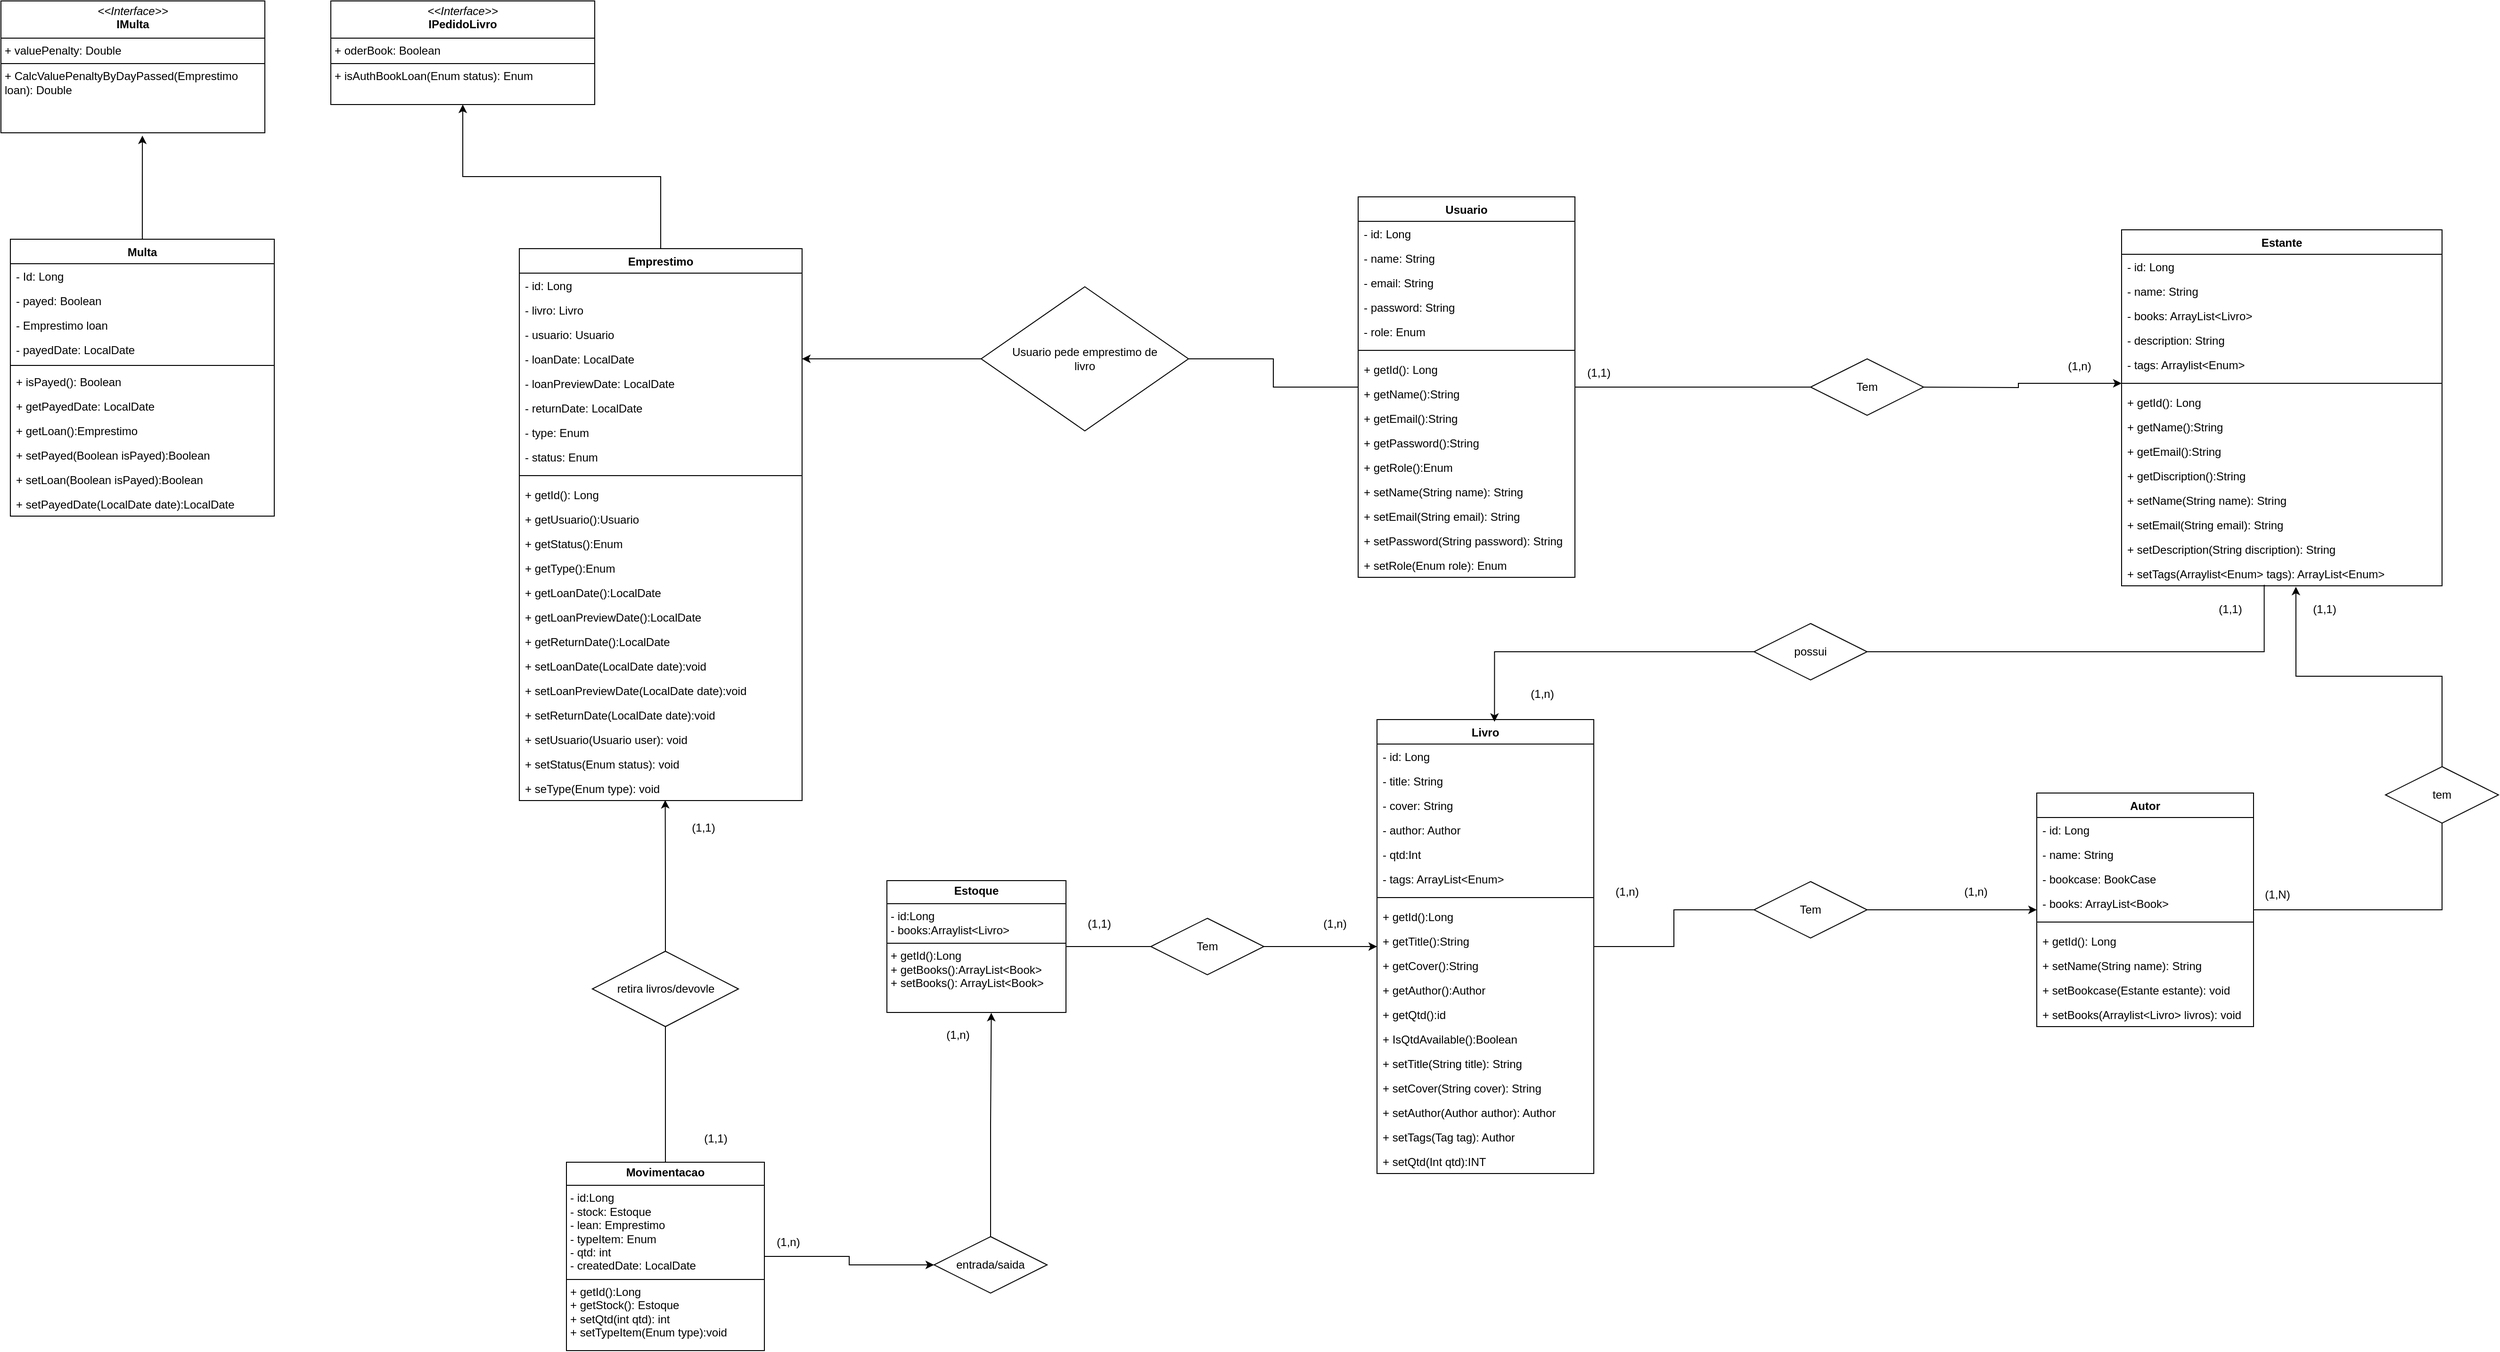
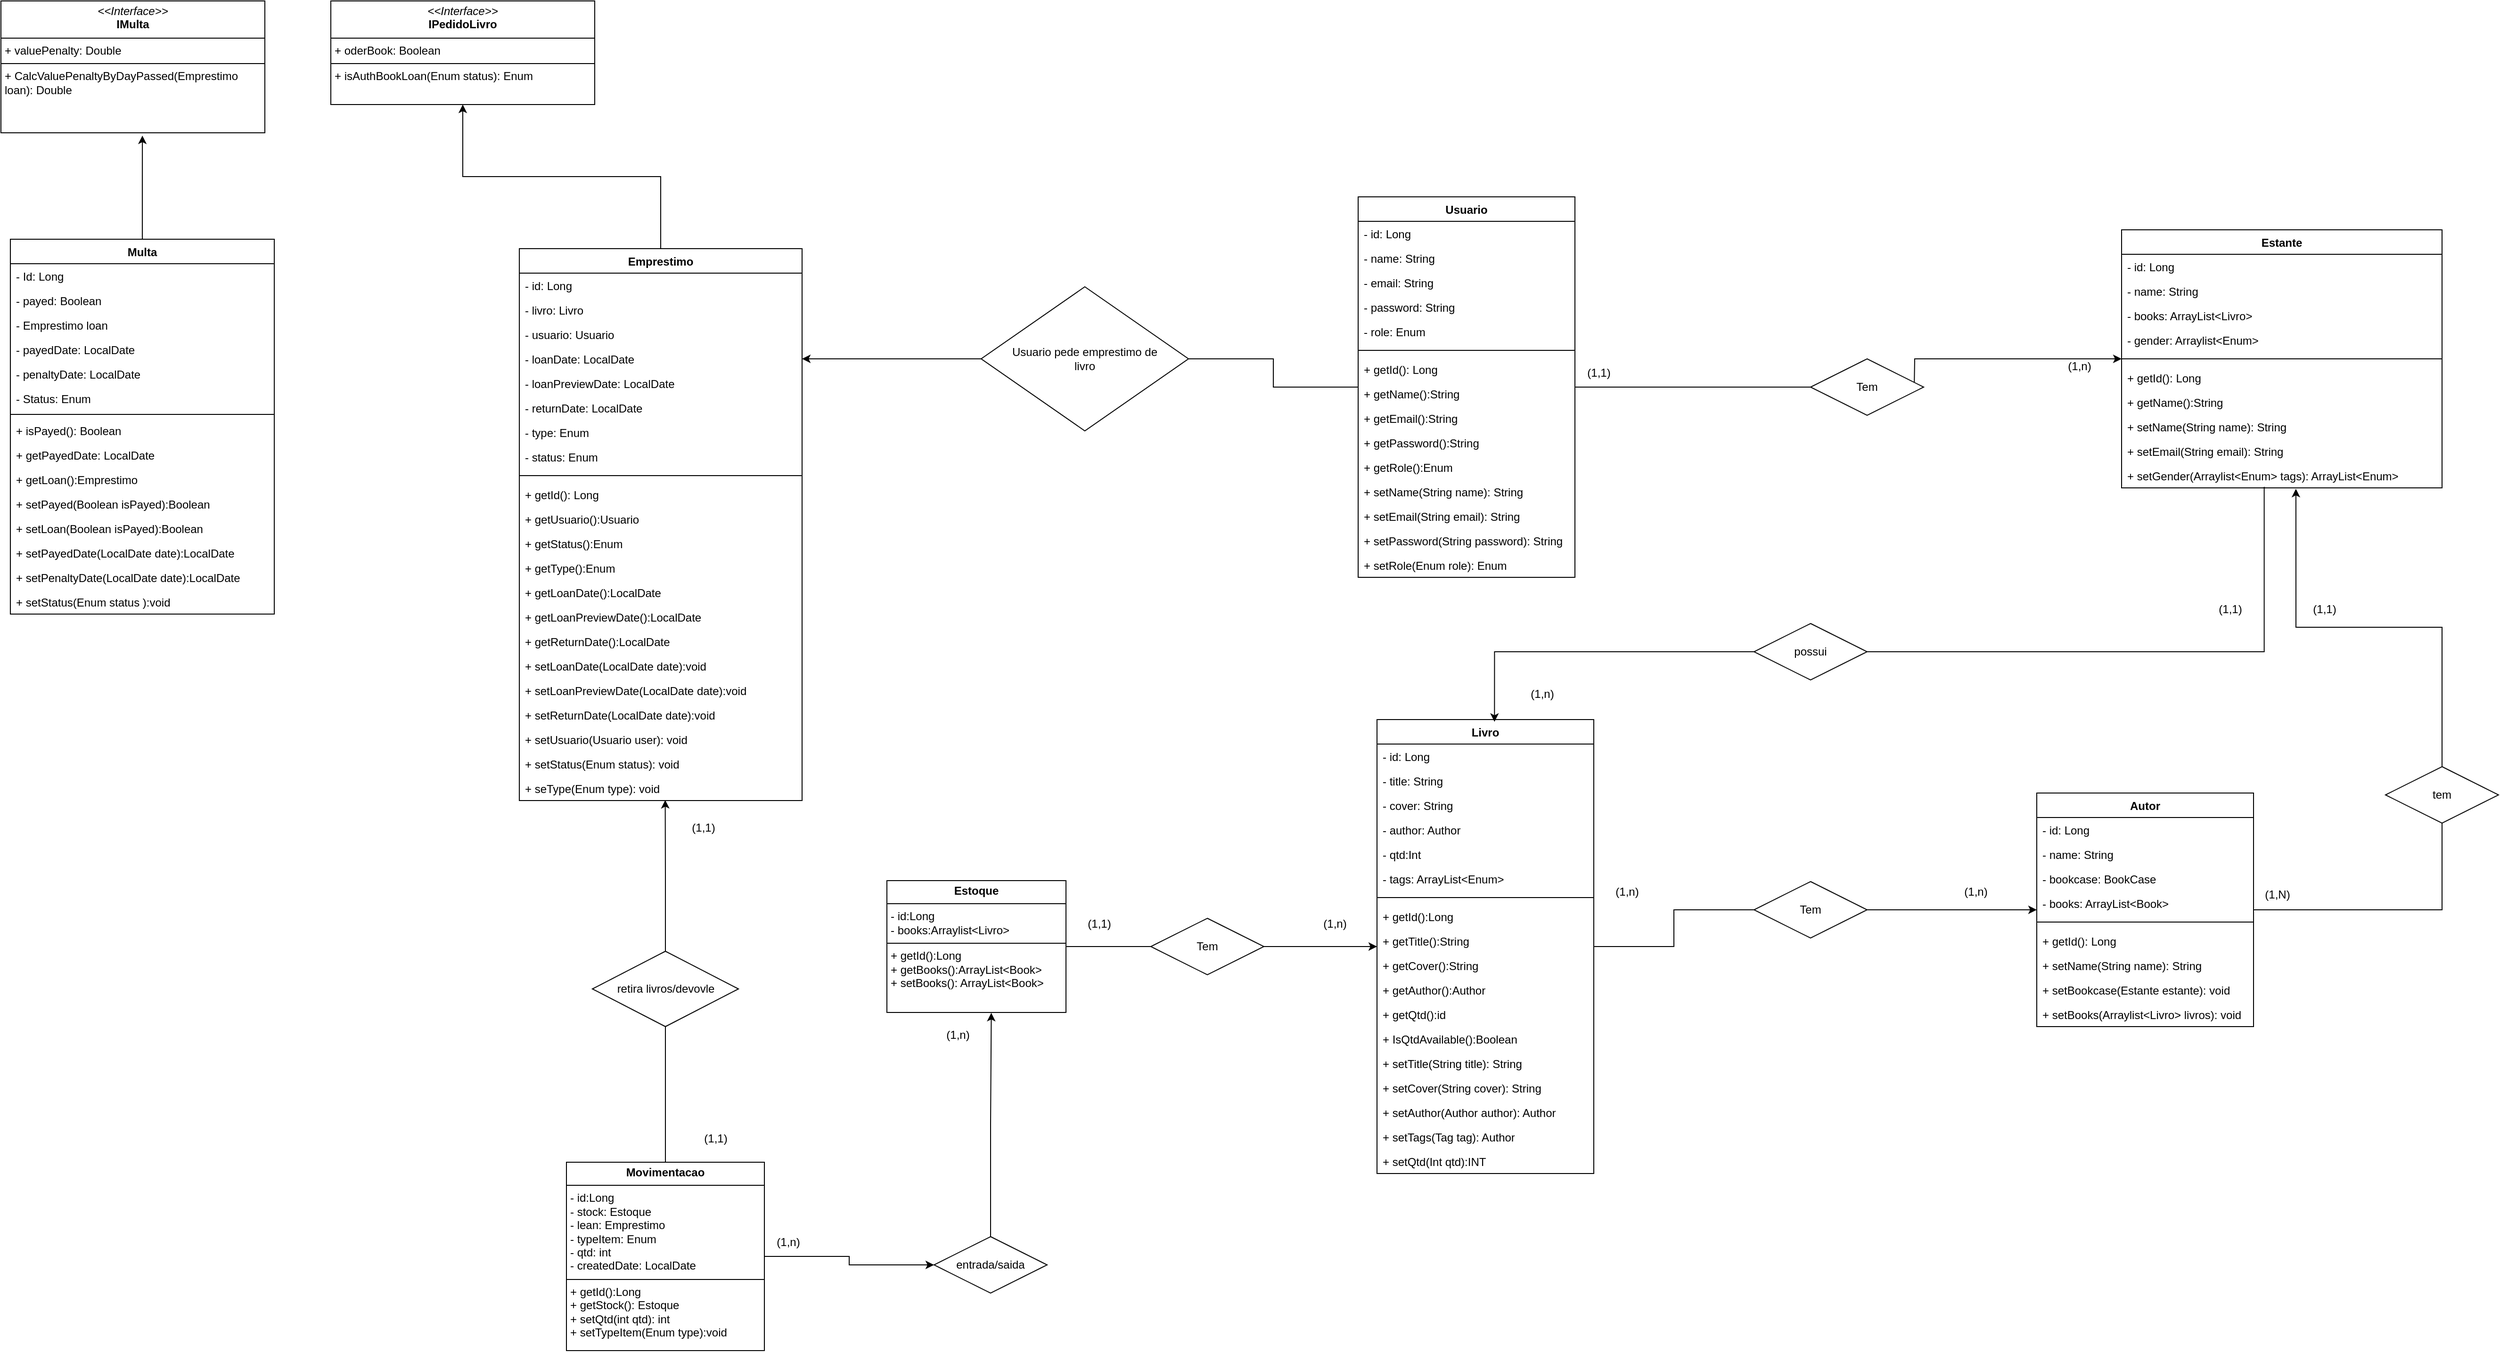
<mxfile host="Electron" agent="Mozilla/5.0 (Windows NT 10.0; Win64; x64) AppleWebKit/537.36 (KHTML, like Gecko) draw.io/29.6.6 Chrome/144.0.7559.236 Electron/40.8.4 Safari/537.36" version="29.6.6">
  <diagram name="Página-1" id="Kx7T9UcbU51RKCMPcttM">
-     <mxGraphModel dx="2757" dy="1075" grid="1" gridSize="10" guides="1" tooltips="1" connect="1" arrows="1" fold="1" page="1" pageScale="1" pageWidth="1169" pageHeight="827" math="0" shadow="0">
+     <mxGraphModel dx="2792" dy="1096" grid="1" gridSize="10" guides="1" tooltips="1" connect="1" arrows="1" fold="1" page="1" pageScale="1" pageWidth="1169" pageHeight="827" math="0" shadow="0">
      <root>
        <mxCell id="0" />
        <mxCell id="1" parent="0" />
        <mxCell id="uXCx0sb0L0lpM-7Oejf6-9" edge="1" parent="1" source="KmSjKLGz71K4W9qImJ2B-2" style="edgeStyle=orthogonalEdgeStyle;rounded=0;orthogonalLoop=1;jettySize=auto;html=1;endArrow=none;endFill=0;entryX=0;entryY=0.5;entryDx=0;entryDy=0;" target="VC9RXPg_d_1Dh3A2mj1C-4">
          <mxGeometry relative="1" as="geometry">
            <mxPoint x="640" y="-2.9999999999997726" as="targetPoint" />
          </mxGeometry>
        </mxCell>
        <mxCell id="VC9RXPg_d_1Dh3A2mj1C-3" edge="1" parent="1" source="KmSjKLGz71K4W9qImJ2B-2" style="edgeStyle=orthogonalEdgeStyle;rounded=0;orthogonalLoop=1;jettySize=auto;html=1;entryX=1;entryY=0.5;entryDx=0;entryDy=0;endArrow=none;endFill=0;" target="VC9RXPg_d_1Dh3A2mj1C-1">
          <mxGeometry relative="1" as="geometry" />
        </mxCell>
        <mxCell id="KmSjKLGz71K4W9qImJ2B-2" parent="1" style="swimlane;fontStyle=1;align=center;verticalAlign=top;childLayout=stackLayout;horizontal=1;startSize=26;horizontalStack=0;resizeParent=1;resizeParentMax=0;resizeLast=0;collapsible=1;marginBottom=0;whiteSpace=wrap;html=1;" value="Usuario" vertex="1">
          <mxGeometry height="404" width="230" x="140" y="-205" as="geometry" />
        </mxCell>
        <mxCell id="KmSjKLGz71K4W9qImJ2B-3" parent="KmSjKLGz71K4W9qImJ2B-2" style="text;strokeColor=none;fillColor=none;align=left;verticalAlign=top;spacingLeft=4;spacingRight=4;overflow=hidden;rotatable=0;points=[[0,0.5],[1,0.5]];portConstraint=eastwest;whiteSpace=wrap;html=1;" value="- id: Long" vertex="1">
          <mxGeometry height="26" width="230" y="26" as="geometry" />
        </mxCell>
        <mxCell id="KmSjKLGz71K4W9qImJ2B-6" parent="KmSjKLGz71K4W9qImJ2B-2" style="text;strokeColor=none;fillColor=none;align=left;verticalAlign=top;spacingLeft=4;spacingRight=4;overflow=hidden;rotatable=0;points=[[0,0.5],[1,0.5]];portConstraint=eastwest;whiteSpace=wrap;html=1;" value="- name: String" vertex="1">
          <mxGeometry height="26" width="230" y="52" as="geometry" />
        </mxCell>
        <mxCell id="KmSjKLGz71K4W9qImJ2B-7" parent="KmSjKLGz71K4W9qImJ2B-2" style="text;strokeColor=none;fillColor=none;align=left;verticalAlign=top;spacingLeft=4;spacingRight=4;overflow=hidden;rotatable=0;points=[[0,0.5],[1,0.5]];portConstraint=eastwest;whiteSpace=wrap;html=1;" value="- email: String" vertex="1">
          <mxGeometry height="26" width="230" y="78" as="geometry" />
        </mxCell>
        <mxCell id="KmSjKLGz71K4W9qImJ2B-8" parent="KmSjKLGz71K4W9qImJ2B-2" style="text;strokeColor=none;fillColor=none;align=left;verticalAlign=top;spacingLeft=4;spacingRight=4;overflow=hidden;rotatable=0;points=[[0,0.5],[1,0.5]];portConstraint=eastwest;whiteSpace=wrap;html=1;" value="- password: String" vertex="1">
          <mxGeometry height="26" width="230" y="104" as="geometry" />
        </mxCell>
        <mxCell id="KmSjKLGz71K4W9qImJ2B-9" parent="KmSjKLGz71K4W9qImJ2B-2" style="text;strokeColor=none;fillColor=none;align=left;verticalAlign=top;spacingLeft=4;spacingRight=4;overflow=hidden;rotatable=0;points=[[0,0.5],[1,0.5]];portConstraint=eastwest;whiteSpace=wrap;html=1;" value="- role: Enum" vertex="1">
          <mxGeometry height="26" width="230" y="130" as="geometry" />
        </mxCell>
        <mxCell id="KmSjKLGz71K4W9qImJ2B-4" parent="KmSjKLGz71K4W9qImJ2B-2" style="line;strokeWidth=1;fillColor=none;align=left;verticalAlign=middle;spacingTop=-1;spacingLeft=3;spacingRight=3;rotatable=0;labelPosition=right;points=[];portConstraint=eastwest;strokeColor=inherit;" value="" vertex="1">
          <mxGeometry height="14" width="230" y="156" as="geometry" />
        </mxCell>
        <mxCell id="KmSjKLGz71K4W9qImJ2B-5" parent="KmSjKLGz71K4W9qImJ2B-2" style="text;strokeColor=none;fillColor=none;align=left;verticalAlign=top;spacingLeft=4;spacingRight=4;overflow=hidden;rotatable=0;points=[[0,0.5],[1,0.5]];portConstraint=eastwest;whiteSpace=wrap;html=1;" value="+ getId(): Long" vertex="1">
          <mxGeometry height="26" width="230" y="170" as="geometry" />
        </mxCell>
        <mxCell id="KmSjKLGz71K4W9qImJ2B-10" parent="KmSjKLGz71K4W9qImJ2B-2" style="text;strokeColor=none;fillColor=none;align=left;verticalAlign=top;spacingLeft=4;spacingRight=4;overflow=hidden;rotatable=0;points=[[0,0.5],[1,0.5]];portConstraint=eastwest;whiteSpace=wrap;html=1;" value="+ getName():String" vertex="1">
          <mxGeometry height="26" width="230" y="196" as="geometry" />
        </mxCell>
        <mxCell id="KmSjKLGz71K4W9qImJ2B-11" parent="KmSjKLGz71K4W9qImJ2B-2" style="text;strokeColor=none;fillColor=none;align=left;verticalAlign=top;spacingLeft=4;spacingRight=4;overflow=hidden;rotatable=0;points=[[0,0.5],[1,0.5]];portConstraint=eastwest;whiteSpace=wrap;html=1;" value="+ getEmail():String" vertex="1">
          <mxGeometry height="26" width="230" y="222" as="geometry" />
        </mxCell>
        <mxCell id="KmSjKLGz71K4W9qImJ2B-12" parent="KmSjKLGz71K4W9qImJ2B-2" style="text;strokeColor=none;fillColor=none;align=left;verticalAlign=top;spacingLeft=4;spacingRight=4;overflow=hidden;rotatable=0;points=[[0,0.5],[1,0.5]];portConstraint=eastwest;whiteSpace=wrap;html=1;" value="+ getPassword():String" vertex="1">
          <mxGeometry height="26" width="230" y="248" as="geometry" />
        </mxCell>
        <mxCell id="KmSjKLGz71K4W9qImJ2B-13" parent="KmSjKLGz71K4W9qImJ2B-2" style="text;strokeColor=none;fillColor=none;align=left;verticalAlign=top;spacingLeft=4;spacingRight=4;overflow=hidden;rotatable=0;points=[[0,0.5],[1,0.5]];portConstraint=eastwest;whiteSpace=wrap;html=1;" value="+ getRole():Enum" vertex="1">
          <mxGeometry height="26" width="230" y="274" as="geometry" />
        </mxCell>
        <mxCell id="KmSjKLGz71K4W9qImJ2B-14" parent="KmSjKLGz71K4W9qImJ2B-2" style="text;strokeColor=none;fillColor=none;align=left;verticalAlign=top;spacingLeft=4;spacingRight=4;overflow=hidden;rotatable=0;points=[[0,0.5],[1,0.5]];portConstraint=eastwest;whiteSpace=wrap;html=1;" value="+ setName(String name): String" vertex="1">
          <mxGeometry height="26" width="230" y="300" as="geometry" />
        </mxCell>
        <mxCell id="KmSjKLGz71K4W9qImJ2B-15" parent="KmSjKLGz71K4W9qImJ2B-2" style="text;strokeColor=none;fillColor=none;align=left;verticalAlign=top;spacingLeft=4;spacingRight=4;overflow=hidden;rotatable=0;points=[[0,0.5],[1,0.5]];portConstraint=eastwest;whiteSpace=wrap;html=1;" value="+ setEmail(String email): String" vertex="1">
          <mxGeometry height="26" width="230" y="326" as="geometry" />
        </mxCell>
        <mxCell id="KmSjKLGz71K4W9qImJ2B-16" parent="KmSjKLGz71K4W9qImJ2B-2" style="text;strokeColor=none;fillColor=none;align=left;verticalAlign=top;spacingLeft=4;spacingRight=4;overflow=hidden;rotatable=0;points=[[0,0.5],[1,0.5]];portConstraint=eastwest;whiteSpace=wrap;html=1;" value="+ setPassword(String password): String" vertex="1">
          <mxGeometry height="26" width="230" y="352" as="geometry" />
        </mxCell>
        <mxCell id="KmSjKLGz71K4W9qImJ2B-17" parent="KmSjKLGz71K4W9qImJ2B-2" style="text;strokeColor=none;fillColor=none;align=left;verticalAlign=top;spacingLeft=4;spacingRight=4;overflow=hidden;rotatable=0;points=[[0,0.5],[1,0.5]];portConstraint=eastwest;whiteSpace=wrap;html=1;" value="+ setRole(Enum role): Enum" vertex="1">
          <mxGeometry height="26" width="230" y="378" as="geometry" />
        </mxCell>
        <mxCell id="uXCx0sb0L0lpM-7Oejf6-8" edge="1" parent="1" source="KmSjKLGz71K4W9qImJ2B-35" style="edgeStyle=orthogonalEdgeStyle;rounded=0;orthogonalLoop=1;jettySize=auto;html=1;entryX=0;entryY=0.5;entryDx=0;entryDy=0;endArrow=none;endFill=0;" target="VC9RXPg_d_1Dh3A2mj1C-8">
          <mxGeometry relative="1" as="geometry">
            <mxPoint x="520" y="552" as="targetPoint" />
          </mxGeometry>
        </mxCell>
        <mxCell id="KmSjKLGz71K4W9qImJ2B-35" parent="1" style="swimlane;fontStyle=1;align=center;verticalAlign=top;childLayout=stackLayout;horizontal=1;startSize=26;horizontalStack=0;resizeParent=1;resizeParentMax=0;resizeLast=0;collapsible=1;marginBottom=0;whiteSpace=wrap;html=1;" value="Livro" vertex="1">
          <mxGeometry height="482" width="230" x="160" y="350" as="geometry" />
        </mxCell>
        <mxCell id="KmSjKLGz71K4W9qImJ2B-36" parent="KmSjKLGz71K4W9qImJ2B-35" style="text;strokeColor=none;fillColor=none;align=left;verticalAlign=top;spacingLeft=4;spacingRight=4;overflow=hidden;rotatable=0;points=[[0,0.5],[1,0.5]];portConstraint=eastwest;whiteSpace=wrap;html=1;" value="- id: Long" vertex="1">
          <mxGeometry height="26" width="230" y="26" as="geometry" />
        </mxCell>
        <mxCell id="KmSjKLGz71K4W9qImJ2B-38" parent="KmSjKLGz71K4W9qImJ2B-35" style="text;strokeColor=none;fillColor=none;align=left;verticalAlign=top;spacingLeft=4;spacingRight=4;overflow=hidden;rotatable=0;points=[[0,0.5],[1,0.5]];portConstraint=eastwest;whiteSpace=wrap;html=1;" value="- title: String" vertex="1">
          <mxGeometry height="26" width="230" y="52" as="geometry" />
        </mxCell>
        <mxCell id="KmSjKLGz71K4W9qImJ2B-39" parent="KmSjKLGz71K4W9qImJ2B-35" style="text;strokeColor=none;fillColor=none;align=left;verticalAlign=top;spacingLeft=4;spacingRight=4;overflow=hidden;rotatable=0;points=[[0,0.5],[1,0.5]];portConstraint=eastwest;whiteSpace=wrap;html=1;" value="- cover: String" vertex="1">
          <mxGeometry height="26" width="230" y="78" as="geometry" />
        </mxCell>
        <mxCell id="KmSjKLGz71K4W9qImJ2B-40" parent="KmSjKLGz71K4W9qImJ2B-35" style="text;strokeColor=none;fillColor=none;align=left;verticalAlign=top;spacingLeft=4;spacingRight=4;overflow=hidden;rotatable=0;points=[[0,0.5],[1,0.5]];portConstraint=eastwest;whiteSpace=wrap;html=1;" value="- author: Author" vertex="1">
          <mxGeometry height="26" width="230" y="104" as="geometry" />
        </mxCell>
        <mxCell id="uXCx0sb0L0lpM-7Oejf6-7" parent="KmSjKLGz71K4W9qImJ2B-35" style="text;strokeColor=none;fillColor=none;align=left;verticalAlign=top;spacingLeft=4;spacingRight=4;overflow=hidden;rotatable=0;points=[[0,0.5],[1,0.5]];portConstraint=eastwest;whiteSpace=wrap;html=1;" value="- qtd:Int" vertex="1">
          <mxGeometry height="26" width="230" y="130" as="geometry" />
        </mxCell>
        <mxCell id="KmSjKLGz71K4W9qImJ2B-139" parent="KmSjKLGz71K4W9qImJ2B-35" style="text;strokeColor=none;fillColor=none;align=left;verticalAlign=top;spacingLeft=4;spacingRight=4;overflow=hidden;rotatable=0;points=[[0,0.5],[1,0.5]];portConstraint=eastwest;whiteSpace=wrap;html=1;" value="- tags: ArrayList&amp;lt;Enum&amp;gt;" vertex="1">
          <mxGeometry height="26" width="230" y="156" as="geometry" />
        </mxCell>
        <mxCell id="KmSjKLGz71K4W9qImJ2B-41" parent="KmSjKLGz71K4W9qImJ2B-35" style="line;strokeWidth=1;fillColor=none;align=left;verticalAlign=middle;spacingTop=-1;spacingLeft=3;spacingRight=3;rotatable=0;labelPosition=right;points=[];portConstraint=eastwest;strokeColor=inherit;" value="" vertex="1">
          <mxGeometry height="14" width="230" y="182" as="geometry" />
        </mxCell>
        <mxCell id="KmSjKLGz71K4W9qImJ2B-42" parent="KmSjKLGz71K4W9qImJ2B-35" style="text;strokeColor=none;fillColor=none;align=left;verticalAlign=top;spacingLeft=4;spacingRight=4;overflow=hidden;rotatable=0;points=[[0,0.5],[1,0.5]];portConstraint=eastwest;whiteSpace=wrap;html=1;" value="+ getId():Long" vertex="1">
          <mxGeometry height="26" width="230" y="196" as="geometry" />
        </mxCell>
        <mxCell id="KmSjKLGz71K4W9qImJ2B-43" parent="KmSjKLGz71K4W9qImJ2B-35" style="text;strokeColor=none;fillColor=none;align=left;verticalAlign=top;spacingLeft=4;spacingRight=4;overflow=hidden;rotatable=0;points=[[0,0.5],[1,0.5]];portConstraint=eastwest;whiteSpace=wrap;html=1;" value="+ getTitle():String" vertex="1">
          <mxGeometry height="26" width="230" y="222" as="geometry" />
        </mxCell>
        <mxCell id="KmSjKLGz71K4W9qImJ2B-44" parent="KmSjKLGz71K4W9qImJ2B-35" style="text;strokeColor=none;fillColor=none;align=left;verticalAlign=top;spacingLeft=4;spacingRight=4;overflow=hidden;rotatable=0;points=[[0,0.5],[1,0.5]];portConstraint=eastwest;whiteSpace=wrap;html=1;" value="+ getCover():String" vertex="1">
          <mxGeometry height="26" width="230" y="248" as="geometry" />
        </mxCell>
        <mxCell id="KmSjKLGz71K4W9qImJ2B-45" parent="KmSjKLGz71K4W9qImJ2B-35" style="text;strokeColor=none;fillColor=none;align=left;verticalAlign=top;spacingLeft=4;spacingRight=4;overflow=hidden;rotatable=0;points=[[0,0.5],[1,0.5]];portConstraint=eastwest;whiteSpace=wrap;html=1;" value="+ getAuthor():Author" vertex="1">
          <mxGeometry height="26" width="230" y="274" as="geometry" />
        </mxCell>
        <mxCell id="VC9RXPg_d_1Dh3A2mj1C-16" parent="KmSjKLGz71K4W9qImJ2B-35" style="text;strokeColor=none;fillColor=none;align=left;verticalAlign=top;spacingLeft=4;spacingRight=4;overflow=hidden;rotatable=0;points=[[0,0.5],[1,0.5]];portConstraint=eastwest;whiteSpace=wrap;html=1;" value="+ getQtd():id" vertex="1">
          <mxGeometry height="26" width="230" y="300" as="geometry" />
        </mxCell>
        <mxCell id="VC9RXPg_d_1Dh3A2mj1C-17" parent="KmSjKLGz71K4W9qImJ2B-35" style="text;strokeColor=none;fillColor=none;align=left;verticalAlign=top;spacingLeft=4;spacingRight=4;overflow=hidden;rotatable=0;points=[[0,0.5],[1,0.5]];portConstraint=eastwest;whiteSpace=wrap;html=1;" value="+ IsQtdAvailable():Boolean" vertex="1">
          <mxGeometry height="26" width="230" y="326" as="geometry" />
        </mxCell>
        <mxCell id="KmSjKLGz71K4W9qImJ2B-47" parent="KmSjKLGz71K4W9qImJ2B-35" style="text;strokeColor=none;fillColor=none;align=left;verticalAlign=top;spacingLeft=4;spacingRight=4;overflow=hidden;rotatable=0;points=[[0,0.5],[1,0.5]];portConstraint=eastwest;whiteSpace=wrap;html=1;" value="+ setTitle(String title): String" vertex="1">
          <mxGeometry height="26" width="230" y="352" as="geometry" />
        </mxCell>
        <mxCell id="KmSjKLGz71K4W9qImJ2B-48" parent="KmSjKLGz71K4W9qImJ2B-35" style="text;strokeColor=none;fillColor=none;align=left;verticalAlign=top;spacingLeft=4;spacingRight=4;overflow=hidden;rotatable=0;points=[[0,0.5],[1,0.5]];portConstraint=eastwest;whiteSpace=wrap;html=1;" value="+ setCover(String cover): String" vertex="1">
          <mxGeometry height="26" width="230" y="378" as="geometry" />
        </mxCell>
        <mxCell id="KmSjKLGz71K4W9qImJ2B-49" parent="KmSjKLGz71K4W9qImJ2B-35" style="text;strokeColor=none;fillColor=none;align=left;verticalAlign=top;spacingLeft=4;spacingRight=4;overflow=hidden;rotatable=0;points=[[0,0.5],[1,0.5]];portConstraint=eastwest;whiteSpace=wrap;html=1;" value="+ setAuthor(Author author): Author" vertex="1">
          <mxGeometry height="26" width="230" y="404" as="geometry" />
        </mxCell>
        <mxCell id="KmSjKLGz71K4W9qImJ2B-140" parent="KmSjKLGz71K4W9qImJ2B-35" style="text;strokeColor=none;fillColor=none;align=left;verticalAlign=top;spacingLeft=4;spacingRight=4;overflow=hidden;rotatable=0;points=[[0,0.5],[1,0.5]];portConstraint=eastwest;whiteSpace=wrap;html=1;" value="+ setTags(Tag tag): Author" vertex="1">
          <mxGeometry height="26" width="230" y="430" as="geometry" />
        </mxCell>
        <mxCell id="VC9RXPg_d_1Dh3A2mj1C-18" parent="KmSjKLGz71K4W9qImJ2B-35" style="text;strokeColor=none;fillColor=none;align=left;verticalAlign=top;spacingLeft=4;spacingRight=4;overflow=hidden;rotatable=0;points=[[0,0.5],[1,0.5]];portConstraint=eastwest;whiteSpace=wrap;html=1;" value="+ setQtd(Int qtd):INT" vertex="1">
          <mxGeometry height="26" width="230" y="456" as="geometry" />
        </mxCell>
        <mxCell id="dsXsR4ag7PACNrRJgRpK-17" edge="1" parent="1" source="KmSjKLGz71K4W9qImJ2B-64" style="edgeStyle=orthogonalEdgeStyle;rounded=0;orthogonalLoop=1;jettySize=auto;html=1;entryX=0.5;entryY=1;entryDx=0;entryDy=0;endArrow=none;endFill=0;" target="dsXsR4ag7PACNrRJgRpK-18">
          <mxGeometry relative="1" as="geometry">
            <mxPoint x="1230" y="380" as="targetPoint" />
          </mxGeometry>
        </mxCell>
        <mxCell id="KmSjKLGz71K4W9qImJ2B-64" parent="1" style="swimlane;fontStyle=1;align=center;verticalAlign=top;childLayout=stackLayout;horizontal=1;startSize=26;horizontalStack=0;resizeParent=1;resizeParentMax=0;resizeLast=0;collapsible=1;marginBottom=0;whiteSpace=wrap;html=1;" value="Autor" vertex="1">
          <mxGeometry height="248" width="230" x="860" y="428" as="geometry" />
        </mxCell>
        <mxCell id="KmSjKLGz71K4W9qImJ2B-65" parent="KmSjKLGz71K4W9qImJ2B-64" style="text;strokeColor=none;fillColor=none;align=left;verticalAlign=top;spacingLeft=4;spacingRight=4;overflow=hidden;rotatable=0;points=[[0,0.5],[1,0.5]];portConstraint=eastwest;whiteSpace=wrap;html=1;" value="- id: Long" vertex="1">
          <mxGeometry height="26" width="230" y="26" as="geometry" />
        </mxCell>
        <mxCell id="KmSjKLGz71K4W9qImJ2B-66" parent="KmSjKLGz71K4W9qImJ2B-64" style="text;strokeColor=none;fillColor=none;align=left;verticalAlign=top;spacingLeft=4;spacingRight=4;overflow=hidden;rotatable=0;points=[[0,0.5],[1,0.5]];portConstraint=eastwest;whiteSpace=wrap;html=1;" value="- name: String" vertex="1">
          <mxGeometry height="26" width="230" y="52" as="geometry" />
        </mxCell>
        <mxCell id="KmSjKLGz71K4W9qImJ2B-149" parent="KmSjKLGz71K4W9qImJ2B-64" style="text;strokeColor=none;fillColor=none;align=left;verticalAlign=top;spacingLeft=4;spacingRight=4;overflow=hidden;rotatable=0;points=[[0,0.5],[1,0.5]];portConstraint=eastwest;whiteSpace=wrap;html=1;" value="- bookcase: BookCase" vertex="1">
          <mxGeometry height="26" width="230" y="78" as="geometry" />
        </mxCell>
        <mxCell id="uXCx0sb0L0lpM-7Oejf6-3" parent="KmSjKLGz71K4W9qImJ2B-64" style="text;strokeColor=none;fillColor=none;align=left;verticalAlign=top;spacingLeft=4;spacingRight=4;overflow=hidden;rotatable=0;points=[[0,0.5],[1,0.5]];portConstraint=eastwest;whiteSpace=wrap;html=1;" value="- books: ArrayList&amp;lt;Book&amp;gt;" vertex="1">
          <mxGeometry height="26" width="230" y="104" as="geometry" />
        </mxCell>
        <mxCell id="KmSjKLGz71K4W9qImJ2B-70" parent="KmSjKLGz71K4W9qImJ2B-64" style="line;strokeWidth=1;fillColor=none;align=left;verticalAlign=middle;spacingTop=-1;spacingLeft=3;spacingRight=3;rotatable=0;labelPosition=right;points=[];portConstraint=eastwest;strokeColor=inherit;" value="" vertex="1">
          <mxGeometry height="14" width="230" y="130" as="geometry" />
        </mxCell>
        <mxCell id="KmSjKLGz71K4W9qImJ2B-71" parent="KmSjKLGz71K4W9qImJ2B-64" style="text;strokeColor=none;fillColor=none;align=left;verticalAlign=top;spacingLeft=4;spacingRight=4;overflow=hidden;rotatable=0;points=[[0,0.5],[1,0.5]];portConstraint=eastwest;whiteSpace=wrap;html=1;" value="+ getId(): Long" vertex="1">
          <mxGeometry height="26" width="230" y="144" as="geometry" />
        </mxCell>
        <mxCell id="KmSjKLGz71K4W9qImJ2B-76" parent="KmSjKLGz71K4W9qImJ2B-64" style="text;strokeColor=none;fillColor=none;align=left;verticalAlign=top;spacingLeft=4;spacingRight=4;overflow=hidden;rotatable=0;points=[[0,0.5],[1,0.5]];portConstraint=eastwest;whiteSpace=wrap;html=1;" value="+ setName(String name): String" vertex="1">
          <mxGeometry height="26" width="230" y="170" as="geometry" />
        </mxCell>
        <mxCell id="dsXsR4ag7PACNrRJgRpK-15" parent="KmSjKLGz71K4W9qImJ2B-64" style="text;strokeColor=none;fillColor=none;align=left;verticalAlign=top;spacingLeft=4;spacingRight=4;overflow=hidden;rotatable=0;points=[[0,0.5],[1,0.5]];portConstraint=eastwest;whiteSpace=wrap;html=1;" value="+ setBookcase(Estante estante): void" vertex="1">
          <mxGeometry height="26" width="230" y="196" as="geometry" />
        </mxCell>
        <mxCell id="dsXsR4ag7PACNrRJgRpK-16" parent="KmSjKLGz71K4W9qImJ2B-64" style="text;strokeColor=none;fillColor=none;align=left;verticalAlign=top;spacingLeft=4;spacingRight=4;overflow=hidden;rotatable=0;points=[[0,0.5],[1,0.5]];portConstraint=eastwest;whiteSpace=wrap;html=1;" value="+ setBooks(Arraylist&amp;lt;Livro&amp;gt; livros): void" vertex="1">
          <mxGeometry height="26" width="230" y="222" as="geometry" />
        </mxCell>
        <mxCell id="VC9RXPg_d_1Dh3A2mj1C-57" edge="1" parent="1" source="KmSjKLGz71K4W9qImJ2B-80" style="edgeStyle=orthogonalEdgeStyle;rounded=0;orthogonalLoop=1;jettySize=auto;html=1;entryX=0.5;entryY=1;entryDx=0;entryDy=0;" target="VC9RXPg_d_1Dh3A2mj1C-39">
          <mxGeometry relative="1" as="geometry" />
        </mxCell>
        <mxCell id="KmSjKLGz71K4W9qImJ2B-80" parent="1" style="swimlane;fontStyle=1;align=center;verticalAlign=top;childLayout=stackLayout;horizontal=1;startSize=26;horizontalStack=0;resizeParent=1;resizeParentMax=0;resizeLast=0;collapsible=1;marginBottom=0;whiteSpace=wrap;html=1;" value="Emprestimo" vertex="1">
          <mxGeometry height="586" width="300" x="-750" y="-150" as="geometry" />
        </mxCell>
        <mxCell id="KmSjKLGz71K4W9qImJ2B-81" parent="KmSjKLGz71K4W9qImJ2B-80" style="text;strokeColor=none;fillColor=none;align=left;verticalAlign=top;spacingLeft=4;spacingRight=4;overflow=hidden;rotatable=0;points=[[0,0.5],[1,0.5]];portConstraint=eastwest;whiteSpace=wrap;html=1;" value="- id: Long" vertex="1">
          <mxGeometry height="26" width="300" y="26" as="geometry" />
        </mxCell>
        <mxCell id="KmSjKLGz71K4W9qImJ2B-82" parent="KmSjKLGz71K4W9qImJ2B-80" style="text;strokeColor=none;fillColor=none;align=left;verticalAlign=top;spacingLeft=4;spacingRight=4;overflow=hidden;rotatable=0;points=[[0,0.5],[1,0.5]];portConstraint=eastwest;whiteSpace=wrap;html=1;" value="- livro: Livro" vertex="1">
          <mxGeometry height="26" width="300" y="52" as="geometry" />
        </mxCell>
        <mxCell id="uXCx0sb0L0lpM-7Oejf6-6" parent="KmSjKLGz71K4W9qImJ2B-80" style="text;strokeColor=none;fillColor=none;align=left;verticalAlign=top;spacingLeft=4;spacingRight=4;overflow=hidden;rotatable=0;points=[[0,0.5],[1,0.5]];portConstraint=eastwest;whiteSpace=wrap;html=1;" value="- usuario: Usuario" vertex="1">
          <mxGeometry height="26" width="300" y="78" as="geometry" />
        </mxCell>
        <mxCell id="KmSjKLGz71K4W9qImJ2B-84" parent="KmSjKLGz71K4W9qImJ2B-80" style="text;strokeColor=none;fillColor=none;align=left;verticalAlign=top;spacingLeft=4;spacingRight=4;overflow=hidden;rotatable=0;points=[[0,0.5],[1,0.5]];portConstraint=eastwest;whiteSpace=wrap;html=1;" value="- loanDate: LocalDate" vertex="1">
          <mxGeometry height="26" width="300" y="104" as="geometry" />
        </mxCell>
        <mxCell id="VC9RXPg_d_1Dh3A2mj1C-9" parent="KmSjKLGz71K4W9qImJ2B-80" style="text;strokeColor=none;fillColor=none;align=left;verticalAlign=top;spacingLeft=4;spacingRight=4;overflow=hidden;rotatable=0;points=[[0,0.5],[1,0.5]];portConstraint=eastwest;whiteSpace=wrap;html=1;" value="- loanPreviewDate: LocalDate" vertex="1">
          <mxGeometry height="26" width="300" y="130" as="geometry" />
        </mxCell>
        <mxCell id="uXCx0sb0L0lpM-7Oejf6-5" parent="KmSjKLGz71K4W9qImJ2B-80" style="text;strokeColor=none;fillColor=none;align=left;verticalAlign=top;spacingLeft=4;spacingRight=4;overflow=hidden;rotatable=0;points=[[0,0.5],[1,0.5]];portConstraint=eastwest;whiteSpace=wrap;html=1;" value="- returnDate: LocalDate" vertex="1">
          <mxGeometry height="26" width="300" y="156" as="geometry" />
        </mxCell>
        <mxCell id="VC9RXPg_d_1Dh3A2mj1C-29" parent="KmSjKLGz71K4W9qImJ2B-80" style="text;strokeColor=none;fillColor=none;align=left;verticalAlign=top;spacingLeft=4;spacingRight=4;overflow=hidden;rotatable=0;points=[[0,0.5],[1,0.5]];portConstraint=eastwest;whiteSpace=wrap;html=1;" value="- type: Enum" vertex="1">
          <mxGeometry height="26" width="300" y="182" as="geometry" />
        </mxCell>
        <mxCell id="VC9RXPg_d_1Dh3A2mj1C-10" parent="KmSjKLGz71K4W9qImJ2B-80" style="text;strokeColor=none;fillColor=none;align=left;verticalAlign=top;spacingLeft=4;spacingRight=4;overflow=hidden;rotatable=0;points=[[0,0.5],[1,0.5]];portConstraint=eastwest;whiteSpace=wrap;html=1;" value="- status: Enum" vertex="1">
          <mxGeometry height="26" width="300" y="208" as="geometry" />
        </mxCell>
        <mxCell id="KmSjKLGz71K4W9qImJ2B-86" parent="KmSjKLGz71K4W9qImJ2B-80" style="line;strokeWidth=1;fillColor=none;align=left;verticalAlign=middle;spacingTop=-1;spacingLeft=3;spacingRight=3;rotatable=0;labelPosition=right;points=[];portConstraint=eastwest;strokeColor=inherit;" value="" vertex="1">
          <mxGeometry height="14" width="300" y="234" as="geometry" />
        </mxCell>
        <mxCell id="KmSjKLGz71K4W9qImJ2B-87" parent="KmSjKLGz71K4W9qImJ2B-80" style="text;strokeColor=none;fillColor=none;align=left;verticalAlign=top;spacingLeft=4;spacingRight=4;overflow=hidden;rotatable=0;points=[[0,0.5],[1,0.5]];portConstraint=eastwest;whiteSpace=wrap;html=1;" value="+ getId(): Long" vertex="1">
          <mxGeometry height="26" width="300" y="248" as="geometry" />
        </mxCell>
        <mxCell id="KmSjKLGz71K4W9qImJ2B-89" parent="KmSjKLGz71K4W9qImJ2B-80" style="text;strokeColor=none;fillColor=none;align=left;verticalAlign=top;spacingLeft=4;spacingRight=4;overflow=hidden;rotatable=0;points=[[0,0.5],[1,0.5]];portConstraint=eastwest;whiteSpace=wrap;html=1;" value="+ getUsuario():Usuario" vertex="1">
          <mxGeometry height="26" width="300" y="274" as="geometry" />
        </mxCell>
        <mxCell id="KmSjKLGz71K4W9qImJ2B-91" parent="KmSjKLGz71K4W9qImJ2B-80" style="text;strokeColor=none;fillColor=none;align=left;verticalAlign=top;spacingLeft=4;spacingRight=4;overflow=hidden;rotatable=0;points=[[0,0.5],[1,0.5]];portConstraint=eastwest;whiteSpace=wrap;html=1;" value="+ getStatus():Enum" vertex="1">
          <mxGeometry height="26" width="300" y="300" as="geometry" />
        </mxCell>
        <mxCell id="VC9RXPg_d_1Dh3A2mj1C-30" parent="KmSjKLGz71K4W9qImJ2B-80" style="text;strokeColor=none;fillColor=none;align=left;verticalAlign=top;spacingLeft=4;spacingRight=4;overflow=hidden;rotatable=0;points=[[0,0.5],[1,0.5]];portConstraint=eastwest;whiteSpace=wrap;html=1;" value="+ getType():Enum" vertex="1">
          <mxGeometry height="26" width="300" y="326" as="geometry" />
        </mxCell>
        <mxCell id="VC9RXPg_d_1Dh3A2mj1C-22" parent="KmSjKLGz71K4W9qImJ2B-80" style="text;strokeColor=none;fillColor=none;align=left;verticalAlign=top;spacingLeft=4;spacingRight=4;overflow=hidden;rotatable=0;points=[[0,0.5],[1,0.5]];portConstraint=eastwest;whiteSpace=wrap;html=1;" value="+ getLoanDate():LocalDate" vertex="1">
          <mxGeometry height="26" width="300" y="352" as="geometry" />
        </mxCell>
        <mxCell id="VC9RXPg_d_1Dh3A2mj1C-24" parent="KmSjKLGz71K4W9qImJ2B-80" style="text;strokeColor=none;fillColor=none;align=left;verticalAlign=top;spacingLeft=4;spacingRight=4;overflow=hidden;rotatable=0;points=[[0,0.5],[1,0.5]];portConstraint=eastwest;whiteSpace=wrap;html=1;" value="+ getLoanPreviewDate():LocalDate" vertex="1">
          <mxGeometry height="26" width="300" y="378" as="geometry" />
        </mxCell>
        <mxCell id="VC9RXPg_d_1Dh3A2mj1C-26" parent="KmSjKLGz71K4W9qImJ2B-80" style="text;strokeColor=none;fillColor=none;align=left;verticalAlign=top;spacingLeft=4;spacingRight=4;overflow=hidden;rotatable=0;points=[[0,0.5],[1,0.5]];portConstraint=eastwest;whiteSpace=wrap;html=1;" value="+ getReturnDate():LocalDate" vertex="1">
          <mxGeometry height="26" width="300" y="404" as="geometry" />
        </mxCell>
        <mxCell id="VC9RXPg_d_1Dh3A2mj1C-23" parent="KmSjKLGz71K4W9qImJ2B-80" style="text;strokeColor=none;fillColor=none;align=left;verticalAlign=top;spacingLeft=4;spacingRight=4;overflow=hidden;rotatable=0;points=[[0,0.5],[1,0.5]];portConstraint=eastwest;whiteSpace=wrap;html=1;" value="+ setLoanDate(LocalDate date):void" vertex="1">
          <mxGeometry height="26" width="300" y="430" as="geometry" />
        </mxCell>
        <mxCell id="VC9RXPg_d_1Dh3A2mj1C-25" parent="KmSjKLGz71K4W9qImJ2B-80" style="text;strokeColor=none;fillColor=none;align=left;verticalAlign=top;spacingLeft=4;spacingRight=4;overflow=hidden;rotatable=0;points=[[0,0.5],[1,0.5]];portConstraint=eastwest;whiteSpace=wrap;html=1;" value="+ setLoanPreviewDate(LocalDate date):void" vertex="1">
          <mxGeometry height="26" width="300" y="456" as="geometry" />
        </mxCell>
        <mxCell id="VC9RXPg_d_1Dh3A2mj1C-27" parent="KmSjKLGz71K4W9qImJ2B-80" style="text;strokeColor=none;fillColor=none;align=left;verticalAlign=top;spacingLeft=4;spacingRight=4;overflow=hidden;rotatable=0;points=[[0,0.5],[1,0.5]];portConstraint=eastwest;whiteSpace=wrap;html=1;" value="+ setReturnDate(LocalDate date):void" vertex="1">
          <mxGeometry height="26" width="300" y="482" as="geometry" />
        </mxCell>
        <mxCell id="KmSjKLGz71K4W9qImJ2B-92" parent="KmSjKLGz71K4W9qImJ2B-80" style="text;strokeColor=none;fillColor=none;align=left;verticalAlign=top;spacingLeft=4;spacingRight=4;overflow=hidden;rotatable=0;points=[[0,0.5],[1,0.5]];portConstraint=eastwest;whiteSpace=wrap;html=1;" value="+ setUsuario(Usuario user): void" vertex="1">
          <mxGeometry height="26" width="300" y="508" as="geometry" />
        </mxCell>
        <mxCell id="VC9RXPg_d_1Dh3A2mj1C-31" parent="KmSjKLGz71K4W9qImJ2B-80" style="text;strokeColor=none;fillColor=none;align=left;verticalAlign=top;spacingLeft=4;spacingRight=4;overflow=hidden;rotatable=0;points=[[0,0.5],[1,0.5]];portConstraint=eastwest;whiteSpace=wrap;html=1;" value="+ setStatus(Enum status): void" vertex="1">
          <mxGeometry height="26" width="300" y="534" as="geometry" />
        </mxCell>
        <mxCell id="VC9RXPg_d_1Dh3A2mj1C-32" parent="KmSjKLGz71K4W9qImJ2B-80" style="text;strokeColor=none;fillColor=none;align=left;verticalAlign=top;spacingLeft=4;spacingRight=4;overflow=hidden;rotatable=0;points=[[0,0.5],[1,0.5]];portConstraint=eastwest;whiteSpace=wrap;html=1;" value="+ seType(Enum type): void" vertex="1">
          <mxGeometry height="26" width="300" y="560" as="geometry" />
        </mxCell>
        <mxCell id="KmSjKLGz71K4W9qImJ2B-99" edge="1" parent="1" source="VC9RXPg_d_1Dh3A2mj1C-8" style="edgeStyle=orthogonalEdgeStyle;rounded=0;orthogonalLoop=1;jettySize=auto;html=1;exitX=1;exitY=0.5;exitDx=0;exitDy=0;" target="KmSjKLGz71K4W9qImJ2B-64">
          <mxGeometry relative="1" as="geometry">
            <mxPoint x="640" y="552" as="sourcePoint" />
          </mxGeometry>
        </mxCell>
        <mxCell id="KmSjKLGz71K4W9qImJ2B-100" parent="1" style="text;html=1;align=center;verticalAlign=middle;resizable=0;points=[];autosize=1;strokeColor=none;fillColor=none;" value="(1,n)" vertex="1">
          <mxGeometry height="30" width="50" x="400" y="518" as="geometry" />
        </mxCell>
        <mxCell id="uXCx0sb0L0lpM-7Oejf6-14" edge="1" parent="1" source="KmSjKLGz71K4W9qImJ2B-129" style="edgeStyle=orthogonalEdgeStyle;rounded=0;orthogonalLoop=1;jettySize=auto;html=1;entryX=1;entryY=0.5;entryDx=0;entryDy=0;endArrow=none;endFill=0;startArrow=classic;startFill=1;">
          <mxGeometry relative="1" as="geometry">
            <mxPoint x="941.02" y="-5.16599999999994" as="sourcePoint" />
            <mxPoint x="730" y="-3" as="targetPoint" />
          </mxGeometry>
        </mxCell>
        <mxCell id="VC9RXPg_d_1Dh3A2mj1C-12" edge="1" parent="1" source="KmSjKLGz71K4W9qImJ2B-138" style="edgeStyle=orthogonalEdgeStyle;rounded=0;orthogonalLoop=1;jettySize=auto;html=1;entryX=1;entryY=0.5;entryDx=0;entryDy=0;exitX=0.445;exitY=0.959;exitDx=0;exitDy=0;exitPerimeter=0;endArrow=none;endFill=0;" target="VC9RXPg_d_1Dh3A2mj1C-11">
          <mxGeometry relative="1" as="geometry">
            <Array as="points">
              <mxPoint x="1101" y="278" />
            </Array>
            <mxPoint x="1095.0226315789475" y="248" as="sourcePoint" />
            <mxPoint x="714.97" y="278" as="targetPoint" />
          </mxGeometry>
        </mxCell>
        <mxCell id="KmSjKLGz71K4W9qImJ2B-123" parent="1" style="swimlane;fontStyle=1;align=center;verticalAlign=top;childLayout=stackLayout;horizontal=1;startSize=26;horizontalStack=0;resizeParent=1;resizeParentMax=0;resizeLast=0;collapsible=1;marginBottom=0;whiteSpace=wrap;html=1;" value="Estante" vertex="1">
-           <mxGeometry height="378" width="340" x="950" y="-170" as="geometry" />
+           <mxGeometry height="274" width="340" x="950" y="-170" as="geometry" />
        </mxCell>
        <mxCell id="KmSjKLGz71K4W9qImJ2B-124" parent="KmSjKLGz71K4W9qImJ2B-123" style="text;strokeColor=none;fillColor=none;align=left;verticalAlign=top;spacingLeft=4;spacingRight=4;overflow=hidden;rotatable=0;points=[[0,0.5],[1,0.5]];portConstraint=eastwest;whiteSpace=wrap;html=1;" value="- id: Long" vertex="1">
          <mxGeometry height="26" width="340" y="26" as="geometry" />
        </mxCell>
        <mxCell id="KmSjKLGz71K4W9qImJ2B-125" parent="KmSjKLGz71K4W9qImJ2B-123" style="text;strokeColor=none;fillColor=none;align=left;verticalAlign=top;spacingLeft=4;spacingRight=4;overflow=hidden;rotatable=0;points=[[0,0.5],[1,0.5]];portConstraint=eastwest;whiteSpace=wrap;html=1;" value="- name: String" vertex="1">
          <mxGeometry height="26" width="340" y="52" as="geometry" />
        </mxCell>
        <mxCell id="KmSjKLGz71K4W9qImJ2B-126" parent="KmSjKLGz71K4W9qImJ2B-123" style="text;strokeColor=none;fillColor=none;align=left;verticalAlign=top;spacingLeft=4;spacingRight=4;overflow=hidden;rotatable=0;points=[[0,0.5],[1,0.5]];portConstraint=eastwest;whiteSpace=wrap;html=1;" value="- books: ArrayList&amp;lt;Livro&amp;gt;" vertex="1">
          <mxGeometry height="26" width="340" y="78" as="geometry" />
        </mxCell>
-         <mxCell id="KmSjKLGz71K4W9qImJ2B-128" parent="KmSjKLGz71K4W9qImJ2B-123" style="text;strokeColor=none;fillColor=none;align=left;verticalAlign=top;spacingLeft=4;spacingRight=4;overflow=hidden;rotatable=0;points=[[0,0.5],[1,0.5]];portConstraint=eastwest;whiteSpace=wrap;html=1;" value="- description: String" vertex="1">
+         <mxCell id="KmSjKLGz71K4W9qImJ2B-155" parent="KmSjKLGz71K4W9qImJ2B-123" style="text;strokeColor=none;fillColor=none;align=left;verticalAlign=top;spacingLeft=4;spacingRight=4;overflow=hidden;rotatable=0;points=[[0,0.5],[1,0.5]];portConstraint=eastwest;whiteSpace=wrap;html=1;" value="- gender: Arraylist&amp;lt;Enum&amp;gt;" vertex="1">
          <mxGeometry height="26" width="340" y="104" as="geometry" />
        </mxCell>
-         <mxCell id="KmSjKLGz71K4W9qImJ2B-155" parent="KmSjKLGz71K4W9qImJ2B-123" style="text;strokeColor=none;fillColor=none;align=left;verticalAlign=top;spacingLeft=4;spacingRight=4;overflow=hidden;rotatable=0;points=[[0,0.5],[1,0.5]];portConstraint=eastwest;whiteSpace=wrap;html=1;" value="- tags: Arraylist&amp;lt;Enum&amp;gt;" vertex="1">
-           <mxGeometry height="26" width="340" y="130" as="geometry" />
-         </mxCell>
        <mxCell id="KmSjKLGz71K4W9qImJ2B-129" parent="KmSjKLGz71K4W9qImJ2B-123" style="line;strokeWidth=1;fillColor=none;align=left;verticalAlign=middle;spacingTop=-1;spacingLeft=3;spacingRight=3;rotatable=0;labelPosition=right;points=[];portConstraint=eastwest;strokeColor=inherit;" value="" vertex="1">
-           <mxGeometry height="14" width="340" y="156" as="geometry" />
+           <mxGeometry height="14" width="340" y="130" as="geometry" />
        </mxCell>
        <mxCell id="KmSjKLGz71K4W9qImJ2B-130" parent="KmSjKLGz71K4W9qImJ2B-123" style="text;strokeColor=none;fillColor=none;align=left;verticalAlign=top;spacingLeft=4;spacingRight=4;overflow=hidden;rotatable=0;points=[[0,0.5],[1,0.5]];portConstraint=eastwest;whiteSpace=wrap;html=1;" value="+ getId(): Long" vertex="1">
+           <mxGeometry height="26" width="340" y="144" as="geometry" />
+         </mxCell>
+         <mxCell id="KmSjKLGz71K4W9qImJ2B-131" parent="KmSjKLGz71K4W9qImJ2B-123" style="text;strokeColor=none;fillColor=none;align=left;verticalAlign=top;spacingLeft=4;spacingRight=4;overflow=hidden;rotatable=0;points=[[0,0.5],[1,0.5]];portConstraint=eastwest;whiteSpace=wrap;html=1;" value="+ getName():String" vertex="1">
          <mxGeometry height="26" width="340" y="170" as="geometry" />
        </mxCell>
-         <mxCell id="KmSjKLGz71K4W9qImJ2B-131" parent="KmSjKLGz71K4W9qImJ2B-123" style="text;strokeColor=none;fillColor=none;align=left;verticalAlign=top;spacingLeft=4;spacingRight=4;overflow=hidden;rotatable=0;points=[[0,0.5],[1,0.5]];portConstraint=eastwest;whiteSpace=wrap;html=1;" value="+ getName():String" vertex="1">
+         <mxCell id="KmSjKLGz71K4W9qImJ2B-135" parent="KmSjKLGz71K4W9qImJ2B-123" style="text;strokeColor=none;fillColor=none;align=left;verticalAlign=top;spacingLeft=4;spacingRight=4;overflow=hidden;rotatable=0;points=[[0,0.5],[1,0.5]];portConstraint=eastwest;whiteSpace=wrap;html=1;" value="+ setName(String name): String" vertex="1">
          <mxGeometry height="26" width="340" y="196" as="geometry" />
        </mxCell>
-         <mxCell id="KmSjKLGz71K4W9qImJ2B-132" parent="KmSjKLGz71K4W9qImJ2B-123" style="text;strokeColor=none;fillColor=none;align=left;verticalAlign=top;spacingLeft=4;spacingRight=4;overflow=hidden;rotatable=0;points=[[0,0.5],[1,0.5]];portConstraint=eastwest;whiteSpace=wrap;html=1;" value="+ getEmail():String" vertex="1">
+         <mxCell id="KmSjKLGz71K4W9qImJ2B-136" parent="KmSjKLGz71K4W9qImJ2B-123" style="text;strokeColor=none;fillColor=none;align=left;verticalAlign=top;spacingLeft=4;spacingRight=4;overflow=hidden;rotatable=0;points=[[0,0.5],[1,0.5]];portConstraint=eastwest;whiteSpace=wrap;html=1;" value="+ setEmail(String email): String" vertex="1">
          <mxGeometry height="26" width="340" y="222" as="geometry" />
        </mxCell>
-         <mxCell id="KmSjKLGz71K4W9qImJ2B-134" parent="KmSjKLGz71K4W9qImJ2B-123" style="text;strokeColor=none;fillColor=none;align=left;verticalAlign=top;spacingLeft=4;spacingRight=4;overflow=hidden;rotatable=0;points=[[0,0.5],[1,0.5]];portConstraint=eastwest;whiteSpace=wrap;html=1;" value="+ getDiscription():String" vertex="1">
+         <mxCell id="KmSjKLGz71K4W9qImJ2B-138" parent="KmSjKLGz71K4W9qImJ2B-123" style="text;strokeColor=none;fillColor=none;align=left;verticalAlign=top;spacingLeft=4;spacingRight=4;overflow=hidden;rotatable=0;points=[[0,0.5],[1,0.5]];portConstraint=eastwest;whiteSpace=wrap;html=1;" value="+ setGender(Arraylist&amp;lt;Enum&amp;gt; tags): ArrayList&amp;lt;Enum&amp;gt;" vertex="1">
          <mxGeometry height="26" width="340" y="248" as="geometry" />
-         </mxCell>
-         <mxCell id="KmSjKLGz71K4W9qImJ2B-135" parent="KmSjKLGz71K4W9qImJ2B-123" style="text;strokeColor=none;fillColor=none;align=left;verticalAlign=top;spacingLeft=4;spacingRight=4;overflow=hidden;rotatable=0;points=[[0,0.5],[1,0.5]];portConstraint=eastwest;whiteSpace=wrap;html=1;" value="+ setName(String name): String" vertex="1">
-           <mxGeometry height="26" width="340" y="274" as="geometry" />
-         </mxCell>
-         <mxCell id="KmSjKLGz71K4W9qImJ2B-136" parent="KmSjKLGz71K4W9qImJ2B-123" style="text;strokeColor=none;fillColor=none;align=left;verticalAlign=top;spacingLeft=4;spacingRight=4;overflow=hidden;rotatable=0;points=[[0,0.5],[1,0.5]];portConstraint=eastwest;whiteSpace=wrap;html=1;" value="+ setEmail(String email): String" vertex="1">
-           <mxGeometry height="26" width="340" y="300" as="geometry" />
-         </mxCell>
-         <mxCell id="KmSjKLGz71K4W9qImJ2B-137" parent="KmSjKLGz71K4W9qImJ2B-123" style="text;strokeColor=none;fillColor=none;align=left;verticalAlign=top;spacingLeft=4;spacingRight=4;overflow=hidden;rotatable=0;points=[[0,0.5],[1,0.5]];portConstraint=eastwest;whiteSpace=wrap;html=1;" value="+ setDescription(String discription): String" vertex="1">
-           <mxGeometry height="26" width="340" y="326" as="geometry" />
-         </mxCell>
-         <mxCell id="KmSjKLGz71K4W9qImJ2B-138" parent="KmSjKLGz71K4W9qImJ2B-123" style="text;strokeColor=none;fillColor=none;align=left;verticalAlign=top;spacingLeft=4;spacingRight=4;overflow=hidden;rotatable=0;points=[[0,0.5],[1,0.5]];portConstraint=eastwest;whiteSpace=wrap;html=1;" value="+ setTags(Arraylist&amp;lt;Enum&amp;gt; tags): ArrayList&amp;lt;Enum&amp;gt;" vertex="1">
-           <mxGeometry height="26" width="340" y="352" as="geometry" />
        </mxCell>
        <mxCell id="KmSjKLGz71K4W9qImJ2B-171" parent="1" style="text;html=1;align=center;verticalAlign=middle;resizable=0;points=[];autosize=1;strokeColor=none;fillColor=none;" value="(1,1)" vertex="1">
          <mxGeometry height="30" width="50" x="370" y="-33" as="geometry" />
        </mxCell>
        <mxCell id="KmSjKLGz71K4W9qImJ2B-172" parent="1" style="text;html=1;align=center;verticalAlign=middle;resizable=0;points=[];autosize=1;strokeColor=none;fillColor=none;" value="(1,n)" vertex="1">
          <mxGeometry height="30" width="50" x="880" y="-40" as="geometry" />
        </mxCell>
        <mxCell id="KmSjKLGz71K4W9qImJ2B-173" parent="1" style="text;html=1;align=center;verticalAlign=middle;resizable=0;points=[];autosize=1;strokeColor=none;fillColor=none;" value="(1,n)" vertex="1">
          <mxGeometry height="30" width="50" x="770" y="518" as="geometry" />
        </mxCell>
        <mxCell id="VC9RXPg_d_1Dh3A2mj1C-2" edge="1" parent="1" source="VC9RXPg_d_1Dh3A2mj1C-1" style="edgeStyle=orthogonalEdgeStyle;rounded=0;orthogonalLoop=1;jettySize=auto;html=1;entryX=1;entryY=0.5;entryDx=0;entryDy=0;" target="KmSjKLGz71K4W9qImJ2B-84">
          <mxGeometry relative="1" as="geometry" />
        </mxCell>
        <mxCell id="VC9RXPg_d_1Dh3A2mj1C-1" parent="1" style="shape=rhombus;perimeter=rhombusPerimeter;whiteSpace=wrap;html=1;align=center;" value="Usuario pede emprestimo de&lt;div&gt;livro&lt;/div&gt;" vertex="1">
          <mxGeometry height="153" width="220" x="-260" y="-109.5" as="geometry" />
        </mxCell>
        <mxCell id="VC9RXPg_d_1Dh3A2mj1C-4" parent="1" style="shape=rhombus;perimeter=rhombusPerimeter;whiteSpace=wrap;html=1;align=center;" value="Tem" vertex="1">
          <mxGeometry height="60" width="120" x="620" y="-33" as="geometry" />
        </mxCell>
        <mxCell id="VC9RXPg_d_1Dh3A2mj1C-8" parent="1" style="shape=rhombus;perimeter=rhombusPerimeter;whiteSpace=wrap;html=1;align=center;" value="Tem" vertex="1">
          <mxGeometry height="60" width="120" x="560" y="522" as="geometry" />
        </mxCell>
        <mxCell id="VC9RXPg_d_1Dh3A2mj1C-11" parent="1" style="shape=rhombus;perimeter=rhombusPerimeter;whiteSpace=wrap;html=1;align=center;" value="possui" vertex="1">
          <mxGeometry height="60" width="120" x="560" y="248" as="geometry" />
        </mxCell>
        <mxCell id="VC9RXPg_d_1Dh3A2mj1C-13" edge="1" parent="1" source="VC9RXPg_d_1Dh3A2mj1C-11" style="edgeStyle=orthogonalEdgeStyle;rounded=0;orthogonalLoop=1;jettySize=auto;html=1;entryX=0.542;entryY=0.005;entryDx=0;entryDy=0;entryPerimeter=0;" target="KmSjKLGz71K4W9qImJ2B-35">
          <mxGeometry relative="1" as="geometry" />
        </mxCell>
        <mxCell id="VC9RXPg_d_1Dh3A2mj1C-14" parent="1" style="text;html=1;align=center;verticalAlign=middle;resizable=0;points=[];autosize=1;strokeColor=none;fillColor=none;" value="(1,1)" vertex="1">
          <mxGeometry height="30" width="50" x="1040" y="218" as="geometry" />
        </mxCell>
        <mxCell id="VC9RXPg_d_1Dh3A2mj1C-15" parent="1" style="text;html=1;align=center;verticalAlign=middle;resizable=0;points=[];autosize=1;strokeColor=none;fillColor=none;" value="(1,n)" vertex="1">
          <mxGeometry height="30" width="50" x="310" y="308" as="geometry" />
        </mxCell>
        <mxCell id="VC9RXPg_d_1Dh3A2mj1C-35" edge="1" parent="1" source="VC9RXPg_d_1Dh3A2mj1C-20" style="edgeStyle=orthogonalEdgeStyle;rounded=0;orthogonalLoop=1;jettySize=auto;html=1;endArrow=none;endFill=0;" target="VC9RXPg_d_1Dh3A2mj1C-34">
          <mxGeometry relative="1" as="geometry" />
        </mxCell>
        <mxCell id="VC9RXPg_d_1Dh3A2mj1C-20" parent="1" style="verticalAlign=top;align=left;overflow=fill;html=1;whiteSpace=wrap;" value="&lt;p style=&quot;margin:0px;margin-top:4px;text-align:center;&quot;&gt;&lt;b&gt;Estoque&lt;/b&gt;&lt;/p&gt;&lt;hr size=&quot;1&quot; style=&quot;border-style:solid;&quot;&gt;&lt;p style=&quot;margin:0px;margin-left:4px;&quot;&gt;- id:Long&lt;/p&gt;&lt;p style=&quot;margin:0px;margin-left:4px;&quot;&gt;- books:Arraylist&amp;lt;Livro&amp;gt;&lt;/p&gt;&lt;hr size=&quot;1&quot; style=&quot;border-style:solid;&quot;&gt;&lt;p style=&quot;margin:0px;margin-left:4px;&quot;&gt;+ getId():Long&lt;/p&gt;&lt;p style=&quot;margin:0px;margin-left:4px;&quot;&gt;+ getBooks():ArrayList&amp;lt;Book&amp;gt;&lt;/p&gt;&lt;p style=&quot;margin:0px;margin-left:4px;&quot;&gt;+ setBooks(): ArrayList&amp;lt;Book&amp;gt;&lt;/p&gt;" vertex="1">
          <mxGeometry height="140" width="190" x="-360" y="521" as="geometry" />
        </mxCell>
        <mxCell id="VC9RXPg_d_1Dh3A2mj1C-21" parent="1" style="verticalAlign=top;align=left;overflow=fill;html=1;whiteSpace=wrap;" value="&lt;p style=&quot;margin:0px;margin-top:4px;text-align:center;&quot;&gt;&lt;i&gt;&amp;lt;&amp;lt;Interface&amp;gt;&amp;gt;&lt;/i&gt;&lt;br&gt;&lt;b&gt;IMulta&lt;/b&gt;&lt;/p&gt;&lt;hr size=&quot;1&quot; style=&quot;border-style:solid;&quot;&gt;&lt;p style=&quot;margin:0px;margin-left:4px;&quot;&gt;+ valuePenalty: Double&lt;br&gt;&lt;/p&gt;&lt;hr size=&quot;1&quot; style=&quot;border-style:solid;&quot;&gt;&lt;p style=&quot;margin:0px;margin-left:4px;&quot;&gt;+ CalcValuePenaltyByDayPassed(Emprestimo loan): Double&lt;br&gt;&lt;br&gt;&lt;/p&gt;" vertex="1">
          <mxGeometry height="140" width="280" x="-1300" y="-413" as="geometry" />
        </mxCell>
        <mxCell id="VC9RXPg_d_1Dh3A2mj1C-36" edge="1" parent="1" source="VC9RXPg_d_1Dh3A2mj1C-34" style="edgeStyle=orthogonalEdgeStyle;rounded=0;orthogonalLoop=1;jettySize=auto;html=1;" target="KmSjKLGz71K4W9qImJ2B-35">
          <mxGeometry relative="1" as="geometry" />
        </mxCell>
        <mxCell id="VC9RXPg_d_1Dh3A2mj1C-34" parent="1" style="shape=rhombus;perimeter=rhombusPerimeter;whiteSpace=wrap;html=1;align=center;" value="Tem" vertex="1">
          <mxGeometry height="60" width="120" x="-80" y="561" as="geometry" />
        </mxCell>
        <mxCell id="VC9RXPg_d_1Dh3A2mj1C-37" parent="1" style="text;html=1;align=center;verticalAlign=middle;resizable=0;points=[];autosize=1;strokeColor=none;fillColor=none;" value="(1,1)" vertex="1">
          <mxGeometry height="30" width="50" x="-160" y="552" as="geometry" />
        </mxCell>
        <mxCell id="VC9RXPg_d_1Dh3A2mj1C-38" parent="1" style="text;html=1;align=center;verticalAlign=middle;resizable=0;points=[];autosize=1;strokeColor=none;fillColor=none;" value="(1,n)" vertex="1">
          <mxGeometry height="30" width="50" x="90" y="552" as="geometry" />
        </mxCell>
        <mxCell id="VC9RXPg_d_1Dh3A2mj1C-39" parent="1" style="verticalAlign=top;align=left;overflow=fill;html=1;whiteSpace=wrap;" value="&lt;p style=&quot;margin:0px;margin-top:4px;text-align:center;&quot;&gt;&lt;i&gt;&amp;lt;&amp;lt;Interface&amp;gt;&amp;gt;&lt;/i&gt;&lt;br&gt;&lt;b&gt;IPedidoLivro&lt;/b&gt;&lt;/p&gt;&lt;hr size=&quot;1&quot; style=&quot;border-style:solid;&quot;&gt;&lt;p style=&quot;margin:0px;margin-left:4px;&quot;&gt;+ oderBook: Boolean&lt;br&gt;&lt;/p&gt;&lt;hr size=&quot;1&quot; style=&quot;border-style:solid;&quot;&gt;&lt;p style=&quot;margin:0px;margin-left:4px;&quot;&gt;+ isAuthBookLoan(Enum status): Enum&lt;/p&gt;" vertex="1">
          <mxGeometry height="110" width="280" x="-950" y="-413" as="geometry" />
        </mxCell>
        <mxCell id="VC9RXPg_d_1Dh3A2mj1C-41" parent="1" style="swimlane;fontStyle=1;align=center;verticalAlign=top;childLayout=stackLayout;horizontal=1;startSize=26;horizontalStack=0;resizeParent=1;resizeParentMax=0;resizeLast=0;collapsible=1;marginBottom=0;whiteSpace=wrap;html=1;" value="Multa" vertex="1">
-           <mxGeometry height="294" width="280" x="-1290" y="-160" as="geometry" />
+           <mxGeometry height="398" width="280" x="-1290" y="-160" as="geometry" />
        </mxCell>
        <mxCell id="VC9RXPg_d_1Dh3A2mj1C-42" parent="VC9RXPg_d_1Dh3A2mj1C-41" style="text;strokeColor=none;fillColor=none;align=left;verticalAlign=top;spacingLeft=4;spacingRight=4;overflow=hidden;rotatable=0;points=[[0,0.5],[1,0.5]];portConstraint=eastwest;whiteSpace=wrap;html=1;" value="- Id: Long" vertex="1">
          <mxGeometry height="26" width="280" y="26" as="geometry" />
        </mxCell>
        <mxCell id="VC9RXPg_d_1Dh3A2mj1C-47" parent="VC9RXPg_d_1Dh3A2mj1C-41" style="text;strokeColor=none;fillColor=none;align=left;verticalAlign=top;spacingLeft=4;spacingRight=4;overflow=hidden;rotatable=0;points=[[0,0.5],[1,0.5]];portConstraint=eastwest;whiteSpace=wrap;html=1;" value="- payed: Boolean" vertex="1">
          <mxGeometry height="26" width="280" y="52" as="geometry" />
        </mxCell>
        <mxCell id="VC9RXPg_d_1Dh3A2mj1C-51" parent="VC9RXPg_d_1Dh3A2mj1C-41" style="text;strokeColor=none;fillColor=none;align=left;verticalAlign=top;spacingLeft=4;spacingRight=4;overflow=hidden;rotatable=0;points=[[0,0.5],[1,0.5]];portConstraint=eastwest;whiteSpace=wrap;html=1;" value="- Emprestimo loan" vertex="1">
          <mxGeometry height="26" width="280" y="78" as="geometry" />
        </mxCell>
        <mxCell id="VC9RXPg_d_1Dh3A2mj1C-48" parent="VC9RXPg_d_1Dh3A2mj1C-41" style="text;strokeColor=none;fillColor=none;align=left;verticalAlign=top;spacingLeft=4;spacingRight=4;overflow=hidden;rotatable=0;points=[[0,0.5],[1,0.5]];portConstraint=eastwest;whiteSpace=wrap;html=1;" value="- payedDate: LocalDate" vertex="1">
          <mxGeometry height="26" width="280" y="104" as="geometry" />
        </mxCell>
+         <mxCell id="dsXsR4ag7PACNrRJgRpK-23" parent="VC9RXPg_d_1Dh3A2mj1C-41" style="text;strokeColor=none;fillColor=none;align=left;verticalAlign=top;spacingLeft=4;spacingRight=4;overflow=hidden;rotatable=0;points=[[0,0.5],[1,0.5]];portConstraint=eastwest;whiteSpace=wrap;html=1;" value="- penaltyDate: LocalDate" vertex="1">
+           <mxGeometry height="26" width="280" y="130" as="geometry" />
+         </mxCell>
+         <mxCell id="dsXsR4ag7PACNrRJgRpK-22" parent="VC9RXPg_d_1Dh3A2mj1C-41" style="text;strokeColor=none;fillColor=none;align=left;verticalAlign=top;spacingLeft=4;spacingRight=4;overflow=hidden;rotatable=0;points=[[0,0.5],[1,0.5]];portConstraint=eastwest;whiteSpace=wrap;html=1;" value="- Status: Enum" vertex="1">
+           <mxGeometry height="26" width="280" y="156" as="geometry" />
+         </mxCell>
        <mxCell id="VC9RXPg_d_1Dh3A2mj1C-43" parent="VC9RXPg_d_1Dh3A2mj1C-41" style="line;strokeWidth=1;fillColor=none;align=left;verticalAlign=middle;spacingTop=-1;spacingLeft=3;spacingRight=3;rotatable=0;labelPosition=right;points=[];portConstraint=eastwest;strokeColor=inherit;" value="" vertex="1">
-           <mxGeometry height="8" width="280" y="130" as="geometry" />
+           <mxGeometry height="8" width="280" y="182" as="geometry" />
        </mxCell>
        <mxCell id="VC9RXPg_d_1Dh3A2mj1C-49" parent="VC9RXPg_d_1Dh3A2mj1C-41" style="text;strokeColor=none;fillColor=none;align=left;verticalAlign=top;spacingLeft=4;spacingRight=4;overflow=hidden;rotatable=0;points=[[0,0.5],[1,0.5]];portConstraint=eastwest;whiteSpace=wrap;html=1;" value="+ isPayed(): Boolean" vertex="1">
-           <mxGeometry height="26" width="280" y="138" as="geometry" />
+           <mxGeometry height="26" width="280" y="190" as="geometry" />
        </mxCell>
        <mxCell id="VC9RXPg_d_1Dh3A2mj1C-50" parent="VC9RXPg_d_1Dh3A2mj1C-41" style="text;strokeColor=none;fillColor=none;align=left;verticalAlign=top;spacingLeft=4;spacingRight=4;overflow=hidden;rotatable=0;points=[[0,0.5],[1,0.5]];portConstraint=eastwest;whiteSpace=wrap;html=1;" value="+ getPayedDate: LocalDate" vertex="1">
-           <mxGeometry height="26" width="280" y="164" as="geometry" />
+           <mxGeometry height="26" width="280" y="216" as="geometry" />
        </mxCell>
        <mxCell id="VC9RXPg_d_1Dh3A2mj1C-52" parent="VC9RXPg_d_1Dh3A2mj1C-41" style="text;strokeColor=none;fillColor=none;align=left;verticalAlign=top;spacingLeft=4;spacingRight=4;overflow=hidden;rotatable=0;points=[[0,0.5],[1,0.5]];portConstraint=eastwest;whiteSpace=wrap;html=1;" value="+ getLoan():Emprestimo" vertex="1">
-           <mxGeometry height="26" width="280" y="190" as="geometry" />
+           <mxGeometry height="26" width="280" y="242" as="geometry" />
        </mxCell>
        <mxCell id="VC9RXPg_d_1Dh3A2mj1C-53" parent="VC9RXPg_d_1Dh3A2mj1C-41" style="text;strokeColor=none;fillColor=none;align=left;verticalAlign=top;spacingLeft=4;spacingRight=4;overflow=hidden;rotatable=0;points=[[0,0.5],[1,0.5]];portConstraint=eastwest;whiteSpace=wrap;html=1;" value="+ setPayed(Boolean isPayed):Boolean" vertex="1">
-           <mxGeometry height="26" width="280" y="216" as="geometry" />
+           <mxGeometry height="26" width="280" y="268" as="geometry" />
        </mxCell>
        <mxCell id="VC9RXPg_d_1Dh3A2mj1C-54" parent="VC9RXPg_d_1Dh3A2mj1C-41" style="text;strokeColor=none;fillColor=none;align=left;verticalAlign=top;spacingLeft=4;spacingRight=4;overflow=hidden;rotatable=0;points=[[0,0.5],[1,0.5]];portConstraint=eastwest;whiteSpace=wrap;html=1;" value="+ setLoan(Boolean isPayed):Boolean" vertex="1">
-           <mxGeometry height="26" width="280" y="242" as="geometry" />
+           <mxGeometry height="26" width="280" y="294" as="geometry" />
        </mxCell>
        <mxCell id="VC9RXPg_d_1Dh3A2mj1C-55" parent="VC9RXPg_d_1Dh3A2mj1C-41" style="text;strokeColor=none;fillColor=none;align=left;verticalAlign=top;spacingLeft=4;spacingRight=4;overflow=hidden;rotatable=0;points=[[0,0.5],[1,0.5]];portConstraint=eastwest;whiteSpace=wrap;html=1;" value="+ setPayedDate(LocalDate date):LocalDate" vertex="1">
-           <mxGeometry height="26" width="280" y="268" as="geometry" />
+           <mxGeometry height="26" width="280" y="320" as="geometry" />
+         </mxCell>
+         <mxCell id="dsXsR4ag7PACNrRJgRpK-24" parent="VC9RXPg_d_1Dh3A2mj1C-41" style="text;strokeColor=none;fillColor=none;align=left;verticalAlign=top;spacingLeft=4;spacingRight=4;overflow=hidden;rotatable=0;points=[[0,0.5],[1,0.5]];portConstraint=eastwest;whiteSpace=wrap;html=1;" value="+ setPenaltyDate(LocalDate date):LocalDate" vertex="1">
+           <mxGeometry height="26" width="280" y="346" as="geometry" />
+         </mxCell>
+         <mxCell id="dsXsR4ag7PACNrRJgRpK-25" parent="VC9RXPg_d_1Dh3A2mj1C-41" style="text;strokeColor=none;fillColor=none;align=left;verticalAlign=top;spacingLeft=4;spacingRight=4;overflow=hidden;rotatable=0;points=[[0,0.5],[1,0.5]];portConstraint=eastwest;whiteSpace=wrap;html=1;" value="+ setStatus(Enum status ):void" vertex="1">
+           <mxGeometry height="26" width="280" y="372" as="geometry" />
        </mxCell>
        <mxCell id="VC9RXPg_d_1Dh3A2mj1C-45" edge="1" parent="1" source="VC9RXPg_d_1Dh3A2mj1C-41" style="edgeStyle=orthogonalEdgeStyle;rounded=0;orthogonalLoop=1;jettySize=auto;html=1;entryX=0.536;entryY=1.021;entryDx=0;entryDy=0;entryPerimeter=0;" target="VC9RXPg_d_1Dh3A2mj1C-21">
          <mxGeometry relative="1" as="geometry" />
        </mxCell>
        <mxCell id="dsXsR4ag7PACNrRJgRpK-2" edge="1" parent="1" source="dsXsR4ag7PACNrRJgRpK-1" style="edgeStyle=orthogonalEdgeStyle;rounded=0;orthogonalLoop=1;jettySize=auto;html=1;entryX=0.5;entryY=1;entryDx=0;entryDy=0;endArrow=none;endFill=0;" target="dsXsR4ag7PACNrRJgRpK-3">
          <mxGeometry relative="1" as="geometry">
            <mxPoint x="-595" y="660" as="targetPoint" />
          </mxGeometry>
        </mxCell>
        <mxCell id="dsXsR4ag7PACNrRJgRpK-7" edge="1" parent="1" source="dsXsR4ag7PACNrRJgRpK-1" style="edgeStyle=orthogonalEdgeStyle;rounded=0;orthogonalLoop=1;jettySize=auto;html=1;" target="dsXsR4ag7PACNrRJgRpK-8">
          <mxGeometry relative="1" as="geometry">
            <mxPoint x="-250" y="870" as="targetPoint" />
          </mxGeometry>
        </mxCell>
        <mxCell id="dsXsR4ag7PACNrRJgRpK-1" parent="1" style="verticalAlign=top;align=left;overflow=fill;html=1;whiteSpace=wrap;" value="&lt;p style=&quot;margin:0px;margin-top:4px;text-align:center;&quot;&gt;&lt;b&gt;Movimentacao&lt;/b&gt;&lt;/p&gt;&lt;hr size=&quot;1&quot; style=&quot;border-style:solid;&quot;&gt;&lt;p style=&quot;margin:0px;margin-left:4px;&quot;&gt;- id:Long&lt;/p&gt;&lt;p style=&quot;margin:0px;margin-left:4px;&quot;&gt;- stock: Estoque&lt;/p&gt;&lt;p style=&quot;margin:0px;margin-left:4px;&quot;&gt;- lean: Emprestimo&lt;/p&gt;&lt;p style=&quot;margin:0px;margin-left:4px;&quot;&gt;- typeItem: Enum&lt;/p&gt;&lt;p style=&quot;margin:0px;margin-left:4px;&quot;&gt;- qtd: int&lt;/p&gt;&lt;p style=&quot;margin:0px;margin-left:4px;&quot;&gt;&lt;span style=&quot;background-color: transparent; color: light-dark(rgb(0, 0, 0), rgb(255, 255, 255));&quot;&gt;- createdDate: LocalDate&lt;/span&gt;&lt;/p&gt;&lt;hr size=&quot;1&quot; style=&quot;border-style:solid;&quot;&gt;&lt;p style=&quot;margin:0px;margin-left:4px;&quot;&gt;+ getId():Long&lt;/p&gt;&lt;p style=&quot;margin:0px;margin-left:4px;&quot;&gt;+ getStock(): Estoque&lt;/p&gt;&lt;p style=&quot;margin:0px;margin-left:4px;&quot;&gt;+ setQtd(int qtd): int&lt;/p&gt;&lt;p style=&quot;margin:0px;margin-left:4px;&quot;&gt;+ setTypeItem(Enum type):void&lt;/p&gt;&lt;p style=&quot;margin:0px;margin-left:4px;&quot;&gt;&lt;br&gt;&lt;/p&gt;" vertex="1">
          <mxGeometry height="200" width="210" x="-700" y="820" as="geometry" />
        </mxCell>
        <mxCell id="dsXsR4ag7PACNrRJgRpK-4" edge="1" parent="1" source="dsXsR4ag7PACNrRJgRpK-3" style="edgeStyle=orthogonalEdgeStyle;rounded=0;orthogonalLoop=1;jettySize=auto;html=1;entryX=0.516;entryY=0.979;entryDx=0;entryDy=0;entryPerimeter=0;" target="VC9RXPg_d_1Dh3A2mj1C-32">
          <mxGeometry relative="1" as="geometry">
            <mxPoint x="-595" y="480" as="targetPoint" />
          </mxGeometry>
        </mxCell>
        <mxCell id="dsXsR4ag7PACNrRJgRpK-3" parent="1" style="shape=rhombus;perimeter=rhombusPerimeter;whiteSpace=wrap;html=1;align=center;" value="retira livros/devovle" vertex="1">
          <mxGeometry height="80" width="155" x="-672.5" y="596" as="geometry" />
        </mxCell>
        <mxCell id="dsXsR4ag7PACNrRJgRpK-5" parent="1" style="text;html=1;align=center;verticalAlign=middle;resizable=0;points=[];autosize=1;strokeColor=none;fillColor=none;" value="(1,1)" vertex="1">
          <mxGeometry height="30" width="50" x="-580" y="450" as="geometry" />
        </mxCell>
        <mxCell id="dsXsR4ag7PACNrRJgRpK-6" parent="1" style="text;html=1;align=center;verticalAlign=middle;resizable=0;points=[];autosize=1;strokeColor=none;fillColor=none;" value="(1,1)" vertex="1">
          <mxGeometry height="30" width="50" x="-567.5" y="780" as="geometry" />
        </mxCell>
        <mxCell id="dsXsR4ag7PACNrRJgRpK-8" parent="1" style="shape=rhombus;perimeter=rhombusPerimeter;whiteSpace=wrap;html=1;align=center;" value="entrada/saida" vertex="1">
          <mxGeometry height="60" width="120" x="-310" y="899" as="geometry" />
        </mxCell>
        <mxCell id="dsXsR4ag7PACNrRJgRpK-9" edge="1" parent="1" source="dsXsR4ag7PACNrRJgRpK-8" style="edgeStyle=orthogonalEdgeStyle;rounded=0;orthogonalLoop=1;jettySize=auto;html=1;entryX=0.583;entryY=1.003;entryDx=0;entryDy=0;entryPerimeter=0;" target="VC9RXPg_d_1Dh3A2mj1C-20">
          <mxGeometry relative="1" as="geometry">
            <mxPoint x="-250" y="690" as="targetPoint" />
          </mxGeometry>
        </mxCell>
        <mxCell id="dsXsR4ag7PACNrRJgRpK-13" parent="1" style="text;html=1;align=center;verticalAlign=middle;resizable=0;points=[];autosize=1;strokeColor=none;fillColor=none;" value="(1,n)" vertex="1">
          <mxGeometry height="30" width="50" x="-490" y="890" as="geometry" />
        </mxCell>
        <mxCell id="dsXsR4ag7PACNrRJgRpK-14" parent="1" style="text;html=1;align=center;verticalAlign=middle;resizable=0;points=[];autosize=1;strokeColor=none;fillColor=none;" value="(1,n)" vertex="1">
          <mxGeometry height="30" width="50" x="-310" y="670" as="geometry" />
        </mxCell>
        <mxCell id="dsXsR4ag7PACNrRJgRpK-18" parent="1" style="shape=rhombus;perimeter=rhombusPerimeter;whiteSpace=wrap;html=1;align=center;" value="tem" vertex="1">
          <mxGeometry height="60" width="120" x="1230" y="400" as="geometry" />
        </mxCell>
        <mxCell id="dsXsR4ag7PACNrRJgRpK-19" edge="1" parent="1" source="dsXsR4ag7PACNrRJgRpK-18" style="edgeStyle=orthogonalEdgeStyle;rounded=0;orthogonalLoop=1;jettySize=auto;html=1;entryX=0.544;entryY=1.038;entryDx=0;entryDy=0;entryPerimeter=0;" target="KmSjKLGz71K4W9qImJ2B-138">
          <mxGeometry relative="1" as="geometry" />
        </mxCell>
        <mxCell id="dsXsR4ag7PACNrRJgRpK-20" parent="1" style="text;html=1;align=center;verticalAlign=middle;resizable=0;points=[];autosize=1;strokeColor=none;fillColor=none;" value="(1,1)" vertex="1">
          <mxGeometry height="30" width="50" x="1140" y="218" as="geometry" />
        </mxCell>
        <mxCell id="dsXsR4ag7PACNrRJgRpK-21" parent="1" style="text;html=1;align=center;verticalAlign=middle;resizable=0;points=[];autosize=1;strokeColor=none;fillColor=none;" value="(1,N)" vertex="1">
          <mxGeometry height="30" width="50" x="1090" y="521" as="geometry" />
        </mxCell>
      </root>
    </mxGraphModel>
  </diagram>
</mxfile>
